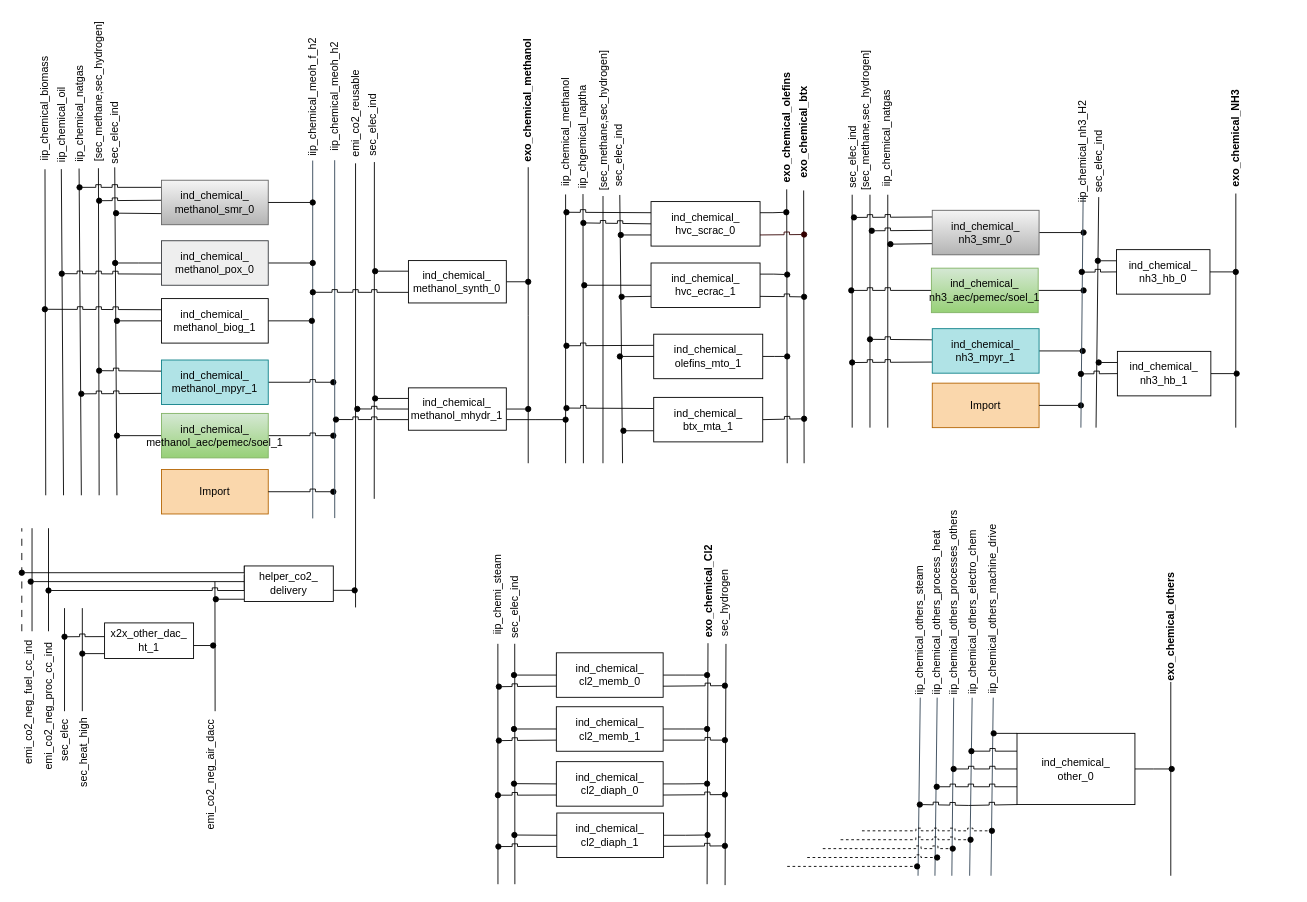
This is page "Chemi_SEDOS" (3 of 19) of TAM_Industry_RES.drawio from anik-ier/TAM_Industry_RES, a draw.io file, before an edit. Source tidied: cells renumbered, new cells numbered last; positions are measured from the earlier drawing's top-left corner, leaving out a move shared by most shapes. Both pictures are drawn from the tidied source at 89%, with x=0, y=0 at pixel (-32, 18).
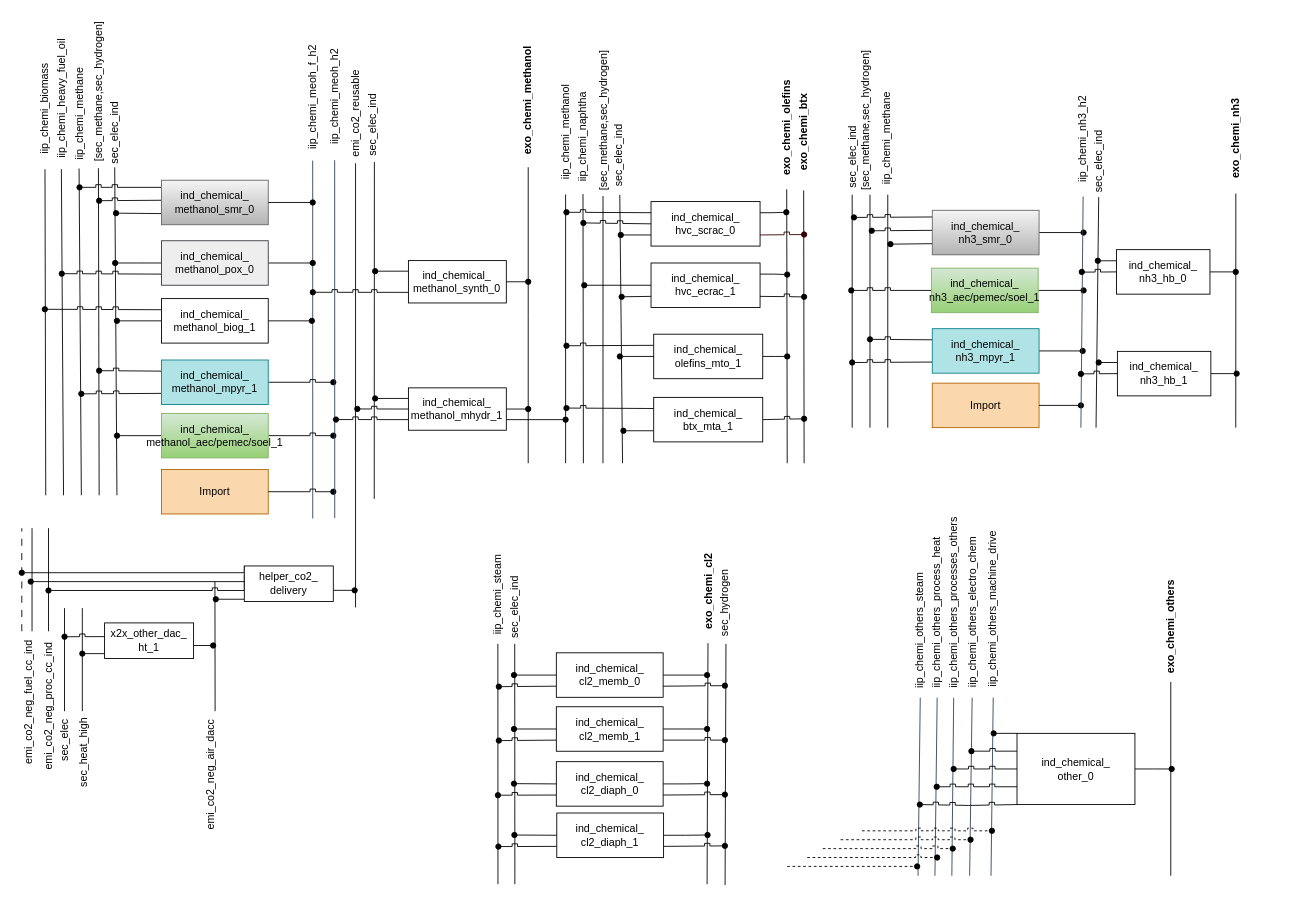
The same page after the edit.

Unchanged cells that the change refers to:
```xml
<mxCell id="97" style="group;" parent="96" vertex="1">
  <mxGeometry width="385.1" height="243" as="geometry" />
</mxCell>
<mxCell id="127" style="group;" parent="97" vertex="1">
  <mxGeometry x="-6.1" y="-232" width="62" height="471" as="geometry" />
</mxCell>
<mxCell id="130" style="group;" parent="97" vertex="1">
  <mxGeometry x="-26.1" y="-219" width="143" height="458" as="geometry" />
</mxCell>
```

Diff of the diagram source:
```diff
@@
-    <mxCell id="5" value="iip_chgemical_naptha" style="text;html=1;strokeColor=none;fillColor=none;align=center;verticalAlign=middle;whiteSpace=wrap;rounded=0;rotation=270;" parent="1" vertex="1">
+    <mxCell id="5" value="iip_chemi_naphtha" style="text;html=1;strokeColor=none;fillColor=none;align=center;verticalAlign=middle;whiteSpace=wrap;rounded=0;rotation=270;" parent="1" vertex="1">
       <mxGeometry x="626.8" y="118.8" width="127.5" height="30" as="geometry" />
     </mxCell>
@@
-    <mxCell id="12" value="exo_chemical_olefins" style="text;html=1;align=center;verticalAlign=middle;whiteSpace=wrap;rounded=0;rotation=270;fontStyle=1;" parent="1" vertex="1">
+    <mxCell id="12" value="exo_chemi_olefins" style="text;html=1;align=center;verticalAlign=middle;whiteSpace=wrap;rounded=0;rotation=270;fontStyle=1;" parent="1" vertex="1">
       <mxGeometry x="850.2" y="113" width="138.5" height="20" as="geometry" />
     </mxCell>
@@
-    <mxCell id="19" value="exo_chemical_btx" style="text;html=1;align=center;verticalAlign=middle;whiteSpace=wrap;rounded=0;rotation=270;fontStyle=1;" parent="1" vertex="1">
+    <mxCell id="19" value="exo_chemi_btx" style="text;html=1;align=center;verticalAlign=middle;whiteSpace=wrap;rounded=0;rotation=270;fontStyle=1;" parent="1" vertex="1">
       <mxGeometry x="873" y="116.5" width="131" height="23" as="geometry" />
     </mxCell>
@@
-    <mxCell id="29" value="iip_chemical_methanol" style="text;html=1;align=center;verticalAlign=middle;whiteSpace=wrap;rounded=0;rotation=270;" parent="1" vertex="1">
+    <mxCell id="29" value="iip_chemi_methanol" style="text;html=1;align=center;verticalAlign=middle;whiteSpace=wrap;rounded=0;rotation=270;" parent="1" vertex="1">
       <mxGeometry x="601" y="113" width="140" height="30" as="geometry" />
     </mxCell>
@@
-    <mxCell id="35" value="exo_chemical_NH3" style="text;html=1;align=center;verticalAlign=middle;whiteSpace=wrap;rounded=0;rotation=270;fontStyle=1;" parent="1" vertex="1">
+    <mxCell id="35" value="exo_chemi_nh3" style="text;html=1;align=center;verticalAlign=middle;whiteSpace=wrap;rounded=0;rotation=270;fontStyle=1;" parent="1" vertex="1">
       <mxGeometry x="1362.1" y="124.7" width="124" height="20.5" as="geometry" />
     </mxCell>
@@
-    <mxCell id="41" value="iip_chemical_natgas" style="text;html=1;strokeColor=none;fillColor=none;align=center;verticalAlign=middle;whiteSpace=wrap;rounded=0;rotation=270;" parent="1" vertex="1">
+    <mxCell id="41" value="iip_chemi_methane" style="text;html=1;strokeColor=none;fillColor=none;align=center;verticalAlign=middle;whiteSpace=wrap;rounded=0;rotation=270;" parent="1" vertex="1">
       <mxGeometry x="982" y="120" width="100" height="30" as="geometry" />
     </mxCell>
@@
-    <mxCell id="61" value="iip_chemical_nh3_H2" style="text;html=1;strokeColor=none;fillColor=none;align=center;verticalAlign=middle;whiteSpace=wrap;rounded=0;rotation=270;" parent="1" vertex="1">
-      <mxGeometry x="1202" y="140.8" width="101" height="17.9" as="geometry" />
+    <mxCell id="61" value="iip_chemi_nh3_h2" style="text;html=1;strokeColor=none;fillColor=none;align=center;verticalAlign=middle;whiteSpace=wrap;rounded=0;rotation=270;" parent="1" vertex="1">
+      <mxGeometry x="1188.5" y="127.3" width="128" height="17.9" as="geometry" />
     </mxCell>
@@
-    <mxCell id="76" value="exo_chemical_others" style="text;html=1;align=center;verticalAlign=middle;whiteSpace=wrap;rounded=0;rotation=270;fontStyle=1;" parent="1" vertex="1">
+    <mxCell id="76" value="exo_chemi_others" style="text;html=1;align=center;verticalAlign=middle;whiteSpace=wrap;rounded=0;rotation=270;fontStyle=1;" parent="1" vertex="1">
       <mxGeometry x="1289" y="673.5" width="124" height="20.5" as="geometry" />
     </mxCell>
@@
-    <mxCell id="78" value="iip_chemical_others_machine_drive" style="text;html=1;strokeColor=none;fillColor=none;align=center;verticalAlign=middle;whiteSpace=wrap;rounded=0;rotation=270;" parent="1" vertex="1">
+    <mxCell id="78" value="iip_chemi_others_machine_drive" style="text;html=1;strokeColor=none;fillColor=none;align=center;verticalAlign=middle;whiteSpace=wrap;rounded=0;rotation=270;" parent="1" vertex="1">
       <mxGeometry x="1052.5" y="655.4" width="198" height="17.9" as="geometry" />
     </mxCell>
@@
-    <mxCell id="80" value="iip_chemical_others_electro_chem" style="text;html=1;strokeColor=none;fillColor=none;align=center;verticalAlign=middle;whiteSpace=wrap;rounded=0;rotation=270;" parent="1" vertex="1">
+    <mxCell id="80" value="iip_chemi_others_electro_chem" style="text;html=1;strokeColor=none;fillColor=none;align=center;verticalAlign=middle;whiteSpace=wrap;rounded=0;rotation=270;" parent="1" vertex="1">
       <mxGeometry x="1031.9" y="658.6" width="191.8" height="17.9" as="geometry" />
     </mxCell>
@@
-    <mxCell id="82" value="iip_chemical_others_processes_others" style="text;html=1;strokeColor=none;fillColor=none;align=center;verticalAlign=middle;whiteSpace=wrap;rounded=0;rotation=270;" parent="1" vertex="1">
+    <mxCell id="82" value="iip_chemi_others_processes_others" style="text;html=1;strokeColor=none;fillColor=none;align=center;verticalAlign=middle;whiteSpace=wrap;rounded=0;rotation=270;" parent="1" vertex="1">
       <mxGeometry x="1000.8" y="648.2" width="212.5" height="17.9" as="geometry" />
     </mxCell>
@@
-    <mxCell id="84" value="iip_chemical_others_process_heat" style="text;html=1;align=center;verticalAlign=middle;whiteSpace=wrap;rounded=0;rotation=270;" parent="1" vertex="1">
+    <mxCell id="84" value="iip_chemi_others_process_heat" style="text;html=1;align=center;verticalAlign=middle;whiteSpace=wrap;rounded=0;rotation=270;" parent="1" vertex="1">
       <mxGeometry x="993" y="658.9" width="191" height="17.9" as="geometry" />
     </mxCell>
@@
-    <mxCell id="86" value="iip_chemical_others_steam" style="text;html=1;align=center;verticalAlign=middle;whiteSpace=wrap;rounded=0;rotation=270;" parent="1" vertex="1">
+    <mxCell id="86" value="iip_chemi_others_steam" style="text;html=1;align=center;verticalAlign=middle;whiteSpace=wrap;rounded=0;rotation=270;" parent="1" vertex="1">
       <mxGeometry x="994.5" y="679.4" width="150" height="17.9" as="geometry" />
     </mxCell>
@@
-    <mxCell id="129" value="iip_chemical_biomass" style="text;html=1;strokeColor=none;fillColor=none;align=center;verticalAlign=middle;whiteSpace=wrap;rounded=0;rotation=270;" parent="127" vertex="1">
+    <mxCell id="129" value="iip_chemi_biomass" style="text;html=1;strokeColor=none;fillColor=none;align=center;verticalAlign=middle;whiteSpace=wrap;rounded=0;rotation=270;" parent="127" vertex="1">
       <mxGeometry x="-74" width="136" height="29.4" as="geometry" />
     </mxCell>
@@
-    <mxCell id="132" value="iip_chemical_oil" style="text;html=1;strokeColor=none;fillColor=none;align=center;verticalAlign=middle;whiteSpace=wrap;rounded=0;rotation=270;" parent="130" vertex="1">
-      <mxGeometry x="-17.5" y="4.8" width="100" height="29.4" as="geometry" />
+    <mxCell id="132" value="iip_chemi_heavy_fuel_oil" style="text;html=1;strokeColor=none;fillColor=none;align=center;verticalAlign=middle;whiteSpace=wrap;rounded=0;rotation=270;" parent="130" vertex="1">
+      <mxGeometry x="-46.2" y="-23.9" width="157.5" height="29.4" as="geometry" />
     </mxCell>
-    <mxCell id="133" value="iip_chemical_natgas" style="text;html=1;strokeColor=none;fillColor=none;align=center;verticalAlign=middle;whiteSpace=wrap;rounded=0;rotation=270;" parent="130" vertex="1">
+    <mxCell id="133" value="iip_chemi_methane" style="text;html=1;strokeColor=none;fillColor=none;align=center;verticalAlign=middle;whiteSpace=wrap;rounded=0;rotation=270;" parent="130" vertex="1">
       <mxGeometry x="-8.8" y="-7.1" width="122.5" height="29.4" as="geometry" />
     </mxCell>
@@
-    <mxCell id="135" value="iip_chemical_meoh_f_h2" style="text;html=1;strokeColor=none;fillColor=none;align=center;verticalAlign=middle;whiteSpace=wrap;rounded=0;rotation=270;" parent="97" vertex="1">
+    <mxCell id="135" value="iip_chemi_meoh_f_h2" style="text;html=1;strokeColor=none;fillColor=none;align=center;verticalAlign=middle;whiteSpace=wrap;rounded=0;rotation=270;" parent="97" vertex="1">
       <mxGeometry x="217.3" y="-239.6" width="143.1" height="17.9" as="geometry" />
     </mxCell>
@@
-    <mxCell id="138" value="iip_chemical_meoh_h2" style="text;html=1;strokeColor=none;fillColor=none;align=center;verticalAlign=middle;whiteSpace=wrap;rounded=0;rotation=270;" parent="97" vertex="1">
+    <mxCell id="138" value="iip_chemi_meoh_h2" style="text;html=1;strokeColor=none;fillColor=none;align=center;verticalAlign=middle;whiteSpace=wrap;rounded=0;rotation=270;" parent="97" vertex="1">
       <mxGeometry x="242" y="-240" width="143.1" height="17.9" as="geometry" />
     </mxCell>
@@
-    <mxCell id="153" value="exo_chemical_methanol" style="text;html=1;align=center;verticalAlign=middle;whiteSpace=wrap;rounded=0;rotation=270;fontStyle=1;" parent="1" vertex="1">
+    <mxCell id="153" value="exo_chemi_methanol" style="text;html=1;align=center;verticalAlign=middle;whiteSpace=wrap;rounded=0;rotation=270;fontStyle=1;" parent="1" vertex="1">
       <mxGeometry x="554" y="80" width="150" height="24.8" as="geometry" />
     </mxCell>
@@
-    <mxCell id="165" value="exo_chemical_Cl2" style="text;html=1;align=center;verticalAlign=middle;whiteSpace=wrap;rounded=0;rotation=270;fontStyle=1;" parent="1" vertex="1">
+    <mxCell id="165" value="exo_chemi_cl2" style="text;html=1;align=center;verticalAlign=middle;whiteSpace=wrap;rounded=0;rotation=270;fontStyle=1;" parent="1" vertex="1">
       <mxGeometry x="772.3" y="628.5" width="117.4" height="30" as="geometry" />
     </mxCell>
```
